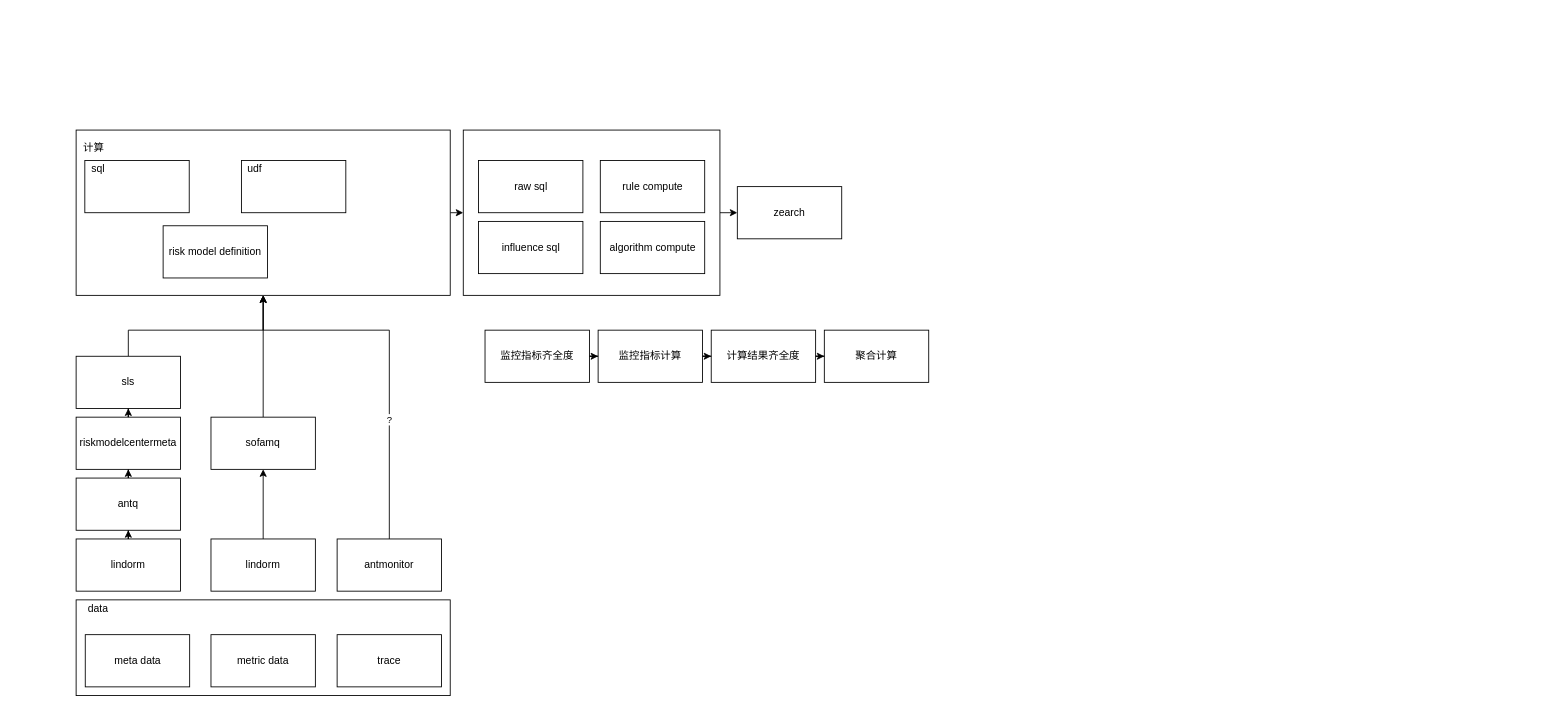
Above: 应用画像计算体系.drawio in frankneu/draw.io (draw.io), before the change. Source tidied: cells renumbered, new cells numbered last; positions are measured from the earlier drawing's top-left corner, leaving out a move shared by most shapes. Both pictures are drawn from the tidied source at 87%, with x=0, y=0 at pixel (76, 130).
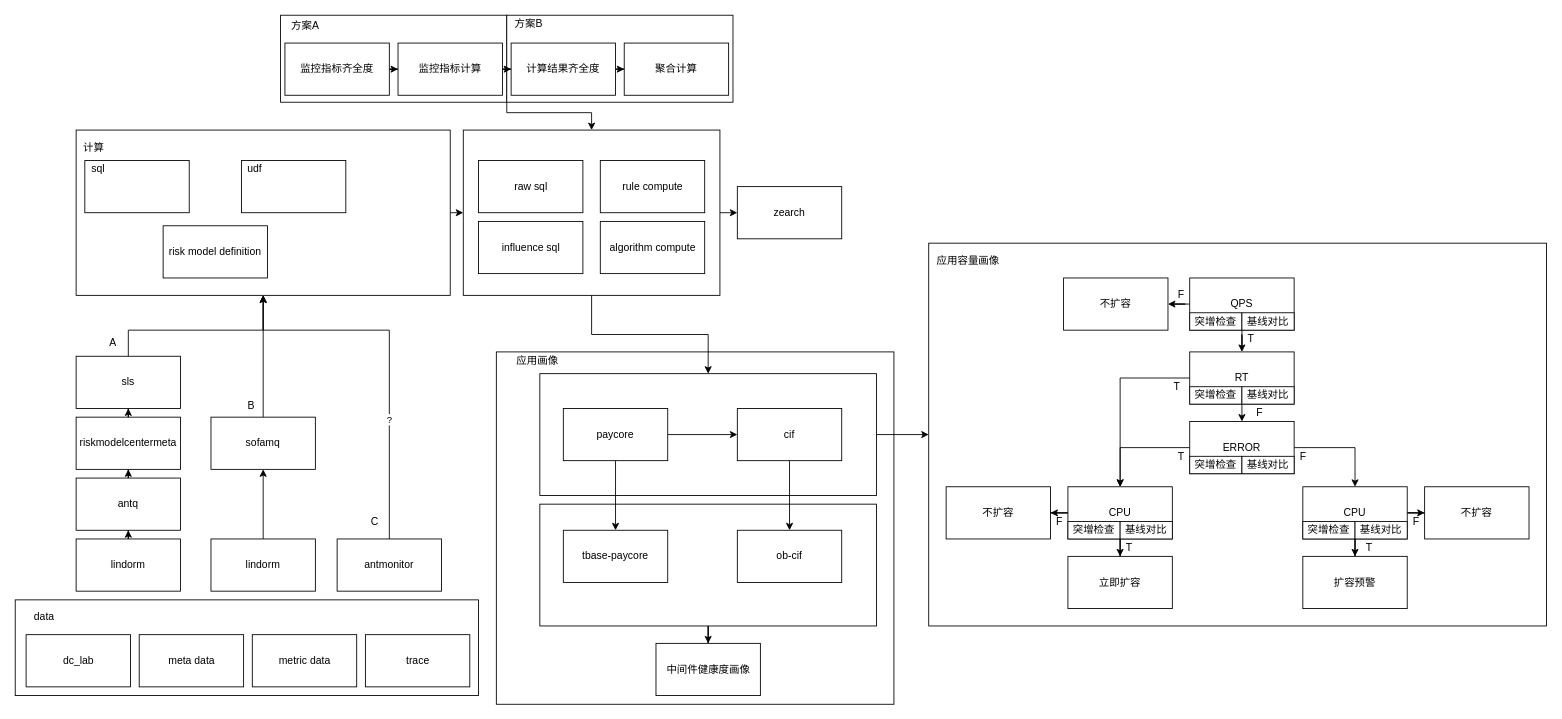
Above is the later version.

Commit message:
Update 应用画像计算体系.drawio

The change refers to these unchanged cells:
```xml
<mxCell id="3" style="rounded=0;whiteSpace=wrap;html=1;" parent="1" vertex="1">
  <mxGeometry x="445" width="295" height="190" as="geometry" />
</mxCell>
```

Diff of the diagram source:
```diff
@@
+    <mxCell id="44" style="edgeStyle=orthogonalEdgeStyle;rounded=0;jettySize=auto;html=1;exitX=1;exitY=1;exitDx=0;exitDy=0;entryX=0.5;entryY=0;entryDx=0;entryDy=0;" parent="1" edge="1" source="45" target="3">
+      <mxGeometry relative="1" as="geometry">
+        <Array as="points">
+          <mxPoint x="495" y="-20" />
+          <mxPoint x="593" y="-20" />
+        </Array>
+      </mxGeometry>
+    </mxCell>
+    <mxCell id="45" style="rounded=0;whiteSpace=wrap;html=1;" parent="1" vertex="1">
+      <mxGeometry x="235" y="-132" width="260" height="100" as="geometry" />
+    </mxCell>
+    <mxCell id="46" style="rounded=0;whiteSpace=wrap;html=1;" parent="1" vertex="1">
+      <mxGeometry x="495" y="-132" width="260" height="100" as="geometry" />
+    </mxCell>
+    <mxCell id="47" style="rounded=0;whiteSpace=wrap;html=1;" parent="1" vertex="1">
+      <mxGeometry x="483" y="255" width="457" height="405" as="geometry" />
+    </mxCell>
+    <mxCell id="48" style="rounded=0;whiteSpace=wrap;html=1;" parent="1" vertex="1">
+      <mxGeometry x="980" y="130" width="710" height="440" as="geometry" />
+    </mxCell>
+    <mxCell id="49" style="edgeStyle=orthogonalEdgeStyle;rounded=0;jettySize=auto;html=1;entryX=0.5;entryY=0;entryDx=0;entryDy=0;" parent="1" edge="1" source="50" target="102">
+      <mxGeometry relative="1" as="geometry" />
+    </mxCell>
+    <mxCell id="50" style="rounded=0;whiteSpace=wrap;html=1;" parent="1" vertex="1">
+      <mxGeometry x="533" y="430" width="387" height="140" as="geometry" />
+    </mxCell>
+    <mxCell id="51" style="edgeStyle=orthogonalEdgeStyle;rounded=0;jettySize=auto;html=1;exitX=1;exitY=0.5;exitDx=0;exitDy=0;entryX=0;entryY=0.5;entryDx=0;entryDy=0;" parent="1" edge="1" source="52" target="48">
+      <mxGeometry relative="1" as="geometry" />
+    </mxCell>
+    <mxCell id="52" style="rounded=0;whiteSpace=wrap;html=1;" parent="1" vertex="1">
+      <mxGeometry x="533" y="280" width="387" height="140" as="geometry" />
+    </mxCell>
@@
     <mxCell id="12" style="rounded=0;whiteSpace=wrap;html=1;" parent="1" vertex="1">
-      <mxGeometry y="540" width="430" height="110" as="geometry" />
+      <mxGeometry x="-70" y="540" width="532.5" height="110" as="geometry" />
     </mxCell>
     <mxCell id="13" value="data" style="text;html=1;align=center;verticalAlign=middle;" parent="1" vertex="1">
-      <mxGeometry x="5" y="540" width="40" height="20" as="geometry" />
+      <mxGeometry x="-57.5" y="550" width="40" height="20" as="geometry" />
     </mxCell>
     <mxCell id="14" value="meta data" style="rounded=0;whiteSpace=wrap;html=1;" parent="1" vertex="1">
-      <mxGeometry x="10.5" y="580" width="120" height="60" as="geometry" />
+      <mxGeometry x="72.5" y="580" width="120" height="60" as="geometry" />
     </mxCell>
     <mxCell id="15" value="metric data" style="rounded=0;whiteSpace=wrap;html=1;" parent="1" vertex="1">
-      <mxGeometry x="155" y="580" width="120" height="60" as="geometry" />
+      <mxGeometry x="202.5" y="580" width="120" height="60" as="geometry" />
     </mxCell>
     <mxCell id="16" value="trace" style="rounded=0;whiteSpace=wrap;html=1;" parent="1" vertex="1">
-      <mxGeometry x="300" y="580" width="120" height="60" as="geometry" />
+      <mxGeometry x="332.5" y="580" width="120" height="60" as="geometry" />
     </mxCell>
@@
+    <mxCell id="53" style="edgeStyle=orthogonalEdgeStyle;rounded=0;jettySize=auto;html=1;exitX=0.5;exitY=1;exitDx=0;exitDy=0;entryX=0.5;entryY=0;entryDx=0;entryDy=0;" parent="1" edge="1" source="3" target="52">
+      <mxGeometry relative="1" as="geometry" />
+    </mxCell>
@@
     <mxCell id="22" value="监控指标齐全度" style="rounded=0;whiteSpace=wrap;html=1;" parent="1" vertex="1">
-      <mxGeometry x="470" y="230" width="120" height="60" as="geometry" />
+      <mxGeometry x="240" y="-100" width="120" height="60" as="geometry" />
     </mxCell>
@@
     <mxCell id="24" value="监控指标计算" style="rounded=0;whiteSpace=wrap;html=1;" parent="1" vertex="1">
-      <mxGeometry x="600" y="230" width="120" height="60" as="geometry" />
+      <mxGeometry x="370" y="-100" width="120" height="60" as="geometry" />
     </mxCell>
@@
     <mxCell id="26" value="计算结果齐全度" style="rounded=0;whiteSpace=wrap;html=1;" parent="1" vertex="1">
-      <mxGeometry x="730" y="230" width="120" height="60" as="geometry" />
+      <mxGeometry x="500" y="-100" width="120" height="60" as="geometry" />
     </mxCell>
     <mxCell id="27" value="聚合计算" style="rounded=0;whiteSpace=wrap;html=1;" parent="1" vertex="1">
-      <mxGeometry x="860" y="230" width="120" height="60" as="geometry" />
+      <mxGeometry x="630" y="-100" width="120" height="60" as="geometry" />
     </mxCell>
@@
+    <mxCell id="54" style="edgeStyle=orthogonalEdgeStyle;rounded=0;jettySize=auto;html=1;" parent="1" edge="1" source="56" target="59">
+      <mxGeometry relative="1" as="geometry" />
+    </mxCell>
+    <mxCell id="55" style="edgeStyle=orthogonalEdgeStyle;rounded=0;jettySize=auto;html=1;" parent="1" edge="1" source="56" target="57">
+      <mxGeometry relative="1" as="geometry" />
+    </mxCell>
+    <mxCell id="56" value="paycore" style="rounded=0;whiteSpace=wrap;html=1;" parent="1" vertex="1">
+      <mxGeometry x="560" y="320" width="120" height="60" as="geometry" />
+    </mxCell>
+    <mxCell id="57" value="tbase-paycore" style="rounded=0;whiteSpace=wrap;html=1;" parent="1" vertex="1">
+      <mxGeometry x="560" y="460" width="120" height="60" as="geometry" />
+    </mxCell>
+    <mxCell id="58" style="edgeStyle=orthogonalEdgeStyle;rounded=0;jettySize=auto;html=1;" parent="1" edge="1" source="59" target="60">
+      <mxGeometry relative="1" as="geometry" />
+    </mxCell>
+    <mxCell id="59" value="cif" style="rounded=0;whiteSpace=wrap;html=1;" parent="1" vertex="1">
+      <mxGeometry x="760" y="320" width="120" height="60" as="geometry" />
+    </mxCell>
+    <mxCell id="60" value="ob-cif" style="rounded=0;whiteSpace=wrap;html=1;" parent="1" vertex="1">
+      <mxGeometry x="760" y="460" width="120" height="60" as="geometry" />
+    </mxCell>
+    <mxCell id="61" style="edgeStyle=orthogonalEdgeStyle;rounded=0;jettySize=auto;html=1;" parent="1" edge="1" source="63" target="66">
+      <mxGeometry relative="1" as="geometry" />
+    </mxCell>
+    <mxCell id="62" style="edgeStyle=orthogonalEdgeStyle;rounded=0;jettySize=auto;html=1;" parent="1" edge="1" source="63" target="64">
+      <mxGeometry relative="1" as="geometry" />
+    </mxCell>
+    <mxCell id="63" value="QPS" style="rounded=0;whiteSpace=wrap;html=1;" parent="1" vertex="1">
+      <mxGeometry x="1280" y="170" width="120" height="60" as="geometry" />
+    </mxCell>
+    <mxCell id="64" value="不扩容" style="rounded=0;whiteSpace=wrap;html=1;" parent="1" vertex="1">
+      <mxGeometry x="1135" y="170" width="120" height="60" as="geometry" />
+    </mxCell>
+    <mxCell id="65" style="edgeStyle=orthogonalEdgeStyle;rounded=0;jettySize=auto;html=1;exitX=0;exitY=0.5;exitDx=0;exitDy=0;entryX=0.5;entryY=0;entryDx=0;entryDy=0;" parent="1" edge="1" source="66" target="77">
+      <mxGeometry relative="1" as="geometry" />
+    </mxCell>
+    <mxCell id="66" value="RT" style="rounded=0;whiteSpace=wrap;html=1;" parent="1" vertex="1">
+      <mxGeometry x="1280" y="255" width="120" height="60" as="geometry" />
+    </mxCell>
+    <mxCell id="67" style="edgeStyle=orthogonalEdgeStyle;rounded=0;jettySize=auto;html=1;entryX=0.5;entryY=0;entryDx=0;entryDy=0;" parent="1" edge="1" source="69" target="77">
+      <mxGeometry relative="1" as="geometry" />
+    </mxCell>
+    <mxCell id="68" style="edgeStyle=orthogonalEdgeStyle;rounded=0;jettySize=auto;html=1;entryX=0.5;entryY=0;entryDx=0;entryDy=0;" parent="1" edge="1" source="69" target="72">
+      <mxGeometry relative="1" as="geometry" />
+    </mxCell>
+    <mxCell id="69" value="ERROR" style="rounded=0;whiteSpace=wrap;html=1;" parent="1" vertex="1">
+      <mxGeometry x="1280" y="335" width="120" height="60" as="geometry" />
+    </mxCell>
+    <mxCell id="70" style="edgeStyle=orthogonalEdgeStyle;rounded=0;jettySize=auto;html=1;" parent="1" edge="1" source="72" target="74">
+      <mxGeometry relative="1" as="geometry" />
+    </mxCell>
+    <mxCell id="71" style="edgeStyle=orthogonalEdgeStyle;rounded=0;jettySize=auto;html=1;" parent="1" edge="1" source="72" target="73">
+      <mxGeometry relative="1" as="geometry" />
+    </mxCell>
+    <mxCell id="72" value="CPU" style="rounded=0;whiteSpace=wrap;html=1;" parent="1" vertex="1">
+      <mxGeometry x="1410" y="410" width="120" height="60" as="geometry" />
+    </mxCell>
+    <mxCell id="73" value="不扩容" style="rounded=0;whiteSpace=wrap;html=1;" parent="1" vertex="1">
+      <mxGeometry x="1550" y="410" width="120" height="60" as="geometry" />
+    </mxCell>
+    <mxCell id="74" value="扩容预警" style="rounded=0;whiteSpace=wrap;html=1;" parent="1" vertex="1">
+      <mxGeometry x="1410" y="490" width="120" height="60" as="geometry" />
+    </mxCell>
+    <mxCell id="75" style="edgeStyle=orthogonalEdgeStyle;rounded=0;jettySize=auto;html=1;" parent="1" edge="1" source="77" target="79">
+      <mxGeometry relative="1" as="geometry" />
+    </mxCell>
+    <mxCell id="76" style="edgeStyle=orthogonalEdgeStyle;rounded=0;jettySize=auto;html=1;" parent="1" edge="1" source="77" target="78">
+      <mxGeometry relative="1" as="geometry" />
+    </mxCell>
+    <mxCell id="77" value="CPU" style="rounded=0;whiteSpace=wrap;html=1;" parent="1" vertex="1">
+      <mxGeometry x="1140" y="410" width="120" height="60" as="geometry" />
+    </mxCell>
+    <mxCell id="78" value="不扩容" style="rounded=0;whiteSpace=wrap;html=1;" parent="1" vertex="1">
+      <mxGeometry x="1000" y="410" width="120" height="60" as="geometry" />
+    </mxCell>
+    <mxCell id="79" value="立即扩容" style="rounded=0;whiteSpace=wrap;html=1;" parent="1" vertex="1">
+      <mxGeometry x="1140" y="490" width="120" height="60" as="geometry" />
+    </mxCell>
+    <mxCell id="80" value="突增检查" style="rounded=0;whiteSpace=wrap;html=1;" parent="1" vertex="1">
+      <mxGeometry x="1280" y="375" width="60" height="20" as="geometry" />
+    </mxCell>
+    <mxCell id="81" value="基线对比" style="rounded=0;whiteSpace=wrap;html=1;" parent="1" vertex="1">
+      <mxGeometry x="1340" y="375" width="60" height="20" as="geometry" />
+    </mxCell>
+    <mxCell id="82" value="突增检查" style="rounded=0;whiteSpace=wrap;html=1;" parent="1" vertex="1">
+      <mxGeometry x="1280" y="210" width="60" height="20" as="geometry" />
+    </mxCell>
+    <mxCell id="83" value="基线对比" style="rounded=0;whiteSpace=wrap;html=1;" parent="1" vertex="1">
+      <mxGeometry x="1340" y="210" width="60" height="20" as="geometry" />
+    </mxCell>
+    <mxCell id="84" value="突增检查" style="rounded=0;whiteSpace=wrap;html=1;" parent="1" vertex="1">
+      <mxGeometry x="1280" y="295" width="60" height="20" as="geometry" />
+    </mxCell>
+    <mxCell id="85" style="edgeStyle=orthogonalEdgeStyle;rounded=0;jettySize=auto;html=1;exitX=0;exitY=1;exitDx=0;exitDy=0;entryX=0.5;entryY=0;entryDx=0;entryDy=0;" parent="1" edge="1" source="86" target="69">
+      <mxGeometry relative="1" as="geometry" />
+    </mxCell>
+    <mxCell id="86" value="基线对比" style="rounded=0;whiteSpace=wrap;html=1;" parent="1" vertex="1">
+      <mxGeometry x="1340" y="295" width="60" height="20" as="geometry" />
+    </mxCell>
+    <mxCell id="87" value="T" style="text;html=1;align=center;verticalAlign=middle;" parent="1" vertex="1">
+      <mxGeometry x="1340" y="230" width="20" height="20" as="geometry" />
+    </mxCell>
+    <mxCell id="88" value="F" style="text;html=1;align=center;verticalAlign=middle;" parent="1" vertex="1">
+      <mxGeometry x="1260" y="180" width="20" height="20" as="geometry" />
+    </mxCell>
+    <mxCell id="89" value="F" style="text;html=1;align=center;verticalAlign=middle;" parent="1" vertex="1">
+      <mxGeometry x="1350" y="315" width="20" height="20" as="geometry" />
+    </mxCell>
+    <mxCell id="90" value="F" style="text;html=1;align=center;verticalAlign=middle;" parent="1" vertex="1">
+      <mxGeometry x="1400" y="366" width="20" height="20" as="geometry" />
+    </mxCell>
+    <mxCell id="91" value="T" style="text;html=1;align=center;verticalAlign=middle;" parent="1" vertex="1">
+      <mxGeometry x="1260" y="366" width="20" height="20" as="geometry" />
+    </mxCell>
+    <mxCell id="92" value="突增检查" style="rounded=0;whiteSpace=wrap;html=1;" parent="1" vertex="1">
+      <mxGeometry x="1140" y="450" width="60" height="20" as="geometry" />
+    </mxCell>
+    <mxCell id="93" value="基线对比" style="rounded=0;whiteSpace=wrap;html=1;" parent="1" vertex="1">
+      <mxGeometry x="1200" y="450" width="60" height="20" as="geometry" />
+    </mxCell>
+    <mxCell id="94" value="T" style="text;html=1;align=center;verticalAlign=middle;" parent="1" vertex="1">
+      <mxGeometry x="1200" y="470" width="20" height="20" as="geometry" />
+    </mxCell>
+    <mxCell id="95" value="F" style="text;html=1;align=center;verticalAlign=middle;" parent="1" vertex="1">
+      <mxGeometry x="1120" y="440" width="20" height="20" as="geometry" />
+    </mxCell>
+    <mxCell id="96" value="F" style="text;html=1;align=center;verticalAlign=middle;" parent="1" vertex="1">
+      <mxGeometry x="1530" y="440" width="20" height="20" as="geometry" />
+    </mxCell>
+    <mxCell id="97" value="T" style="text;html=1;align=center;verticalAlign=middle;" parent="1" vertex="1">
+      <mxGeometry x="1476" y="470" width="20" height="20" as="geometry" />
+    </mxCell>
+    <mxCell id="98" value="突增检查" style="rounded=0;whiteSpace=wrap;html=1;" parent="1" vertex="1">
+      <mxGeometry x="1410" y="450" width="60" height="20" as="geometry" />
+    </mxCell>
+    <mxCell id="99" value="基线对比" style="rounded=0;whiteSpace=wrap;html=1;" parent="1" vertex="1">
+      <mxGeometry x="1470" y="450" width="60" height="20" as="geometry" />
+    </mxCell>
+    <mxCell id="100" value="T" style="text;html=1;align=center;verticalAlign=middle;" parent="1" vertex="1">
+      <mxGeometry x="1255" y="285" width="20" height="20" as="geometry" />
+    </mxCell>
+    <mxCell id="101" value="应用容量画像" style="text;html=1;align=center;verticalAlign=middle;" parent="1" vertex="1">
+      <mxGeometry x="980" y="140" width="90" height="20" as="geometry" />
+    </mxCell>
+    <mxCell id="102" value="中间件健康度画像" style="rounded=0;whiteSpace=wrap;html=1;" parent="1" vertex="1">
+      <mxGeometry x="666.5" y="590" width="120" height="60" as="geometry" />
+    </mxCell>
+    <mxCell id="103" value="应用画像" style="text;html=1;align=center;verticalAlign=middle;" parent="1" vertex="1">
+      <mxGeometry x="500" y="255" width="60" height="20" as="geometry" />
+    </mxCell>
+    <mxCell id="104" value="dc_lab" style="rounded=0;whiteSpace=wrap;html=1;" parent="1" vertex="1">
+      <mxGeometry x="-57.5" y="580" width="120" height="60" as="geometry" />
+    </mxCell>
+    <mxCell id="105" value="方案A" style="text;html=1;align=center;verticalAlign=middle;" parent="1" vertex="1">
+      <mxGeometry x="237.5" y="-130" width="50" height="20" as="geometry" />
+    </mxCell>
+    <mxCell id="106" value="方案B" style="text;html=1;align=center;verticalAlign=middle;" parent="1" vertex="1">
+      <mxGeometry x="495" y="-132" width="50" height="20" as="geometry" />
+    </mxCell>
+    <mxCell id="107" value="A" style="text;html=1;align=center;verticalAlign=middle;" parent="1" vertex="1">
+      <mxGeometry x="32" y="235" width="20" height="20" as="geometry" />
+    </mxCell>
+    <mxCell id="108" value="B" style="text;html=1;align=center;verticalAlign=middle;" parent="1" vertex="1">
+      <mxGeometry x="191" y="307" width="20" height="20" as="geometry" />
+    </mxCell>
+    <mxCell id="109" value="C" style="text;html=1;align=center;verticalAlign=middle;" parent="1" vertex="1">
+      <mxGeometry x="332.5" y="440" width="20" height="20" as="geometry" />
+    </mxCell>
```
